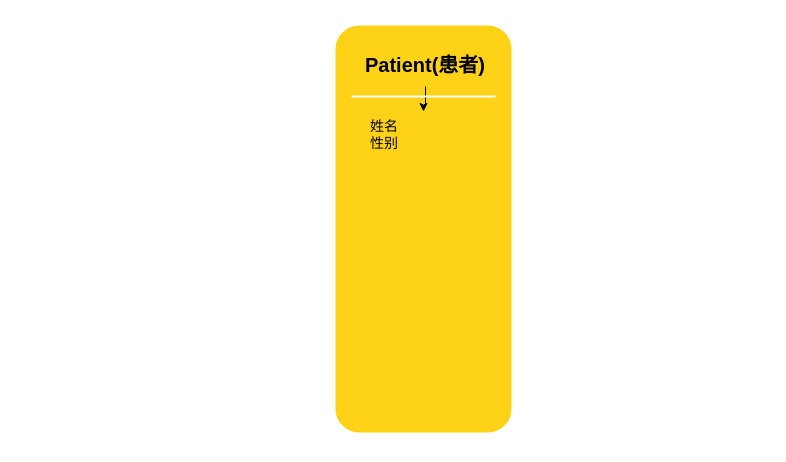
The draw.io diagram 新都医共体核心数据集.drawio in gingili/diagram, before the edit. Source tidied: cells renumbered, new cells numbered last; positions are measured from the earlier drawing's top-left corner, leaving out a move shared by most shapes. Both pictures are drawn from the tidied source at 100%, with x=0, y=0 at pixel (331, 21).
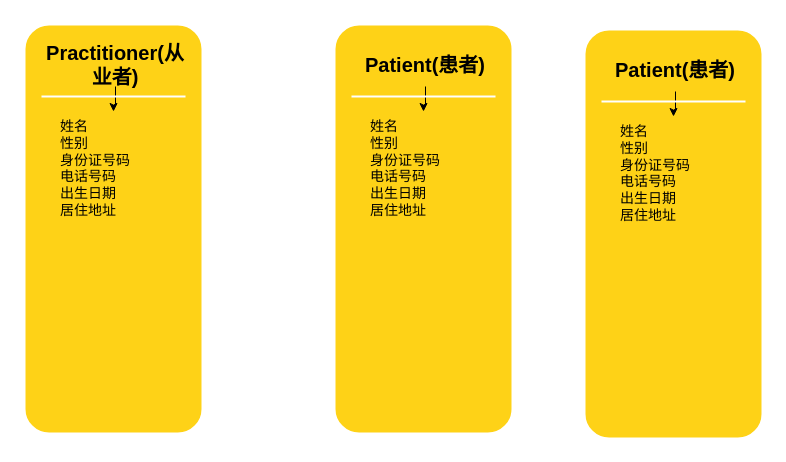
Above is the later version.

Commit message:
Update 新都医共体核心数据集.drawio

The edit, as a diff of the source:
```diff
@@
 <mxGraphModel>
   <root>
     <mxCell id="0" />
     <mxCell id="1" parent="0" />
     <mxCell id="2" style="whiteSpace=wrap;html=1;rounded=1;shadow=0;strokeWidth=8;fontSize=20;align=center;fillColor=#FED217;strokeColor=#FFFFFF;" parent="1" vertex="1">
       <mxGeometry width="184" height="415" as="geometry" />
     </mxCell>
     <mxCell id="3" style="edgeStyle=orthogonalEdgeStyle;rounded=0;jettySize=auto;html=1;" parent="1" edge="1" source="4" target="5">
       <mxGeometry relative="1" as="geometry" />
     </mxCell>
     <mxCell id="4" value="Patient(患者)" style="text;html=1;strokeColor=none;fillColor=none;align=center;verticalAlign=middle;whiteSpace=wrap;rounded=0;shadow=0;fontSize=20;fontColor=#000000;fontStyle=1;" parent="1" vertex="1">
       <mxGeometry x="24" y="20" width="140" height="45" as="geometry" />
     </mxCell>
-    <mxCell id="5" value="姓名&lt;br&gt;性别" style="text;html=1;strokeColor=none;fillColor=none;align=left;verticalAlign=top;whiteSpace=wrap;rounded=0;shadow=0;fontSize=14;fontColor=#000000;" parent="1" vertex="1">
+    <mxCell id="5" value="姓名&lt;br&gt;性别&lt;br&gt;身份证号码&lt;br&gt;电话号码&lt;br&gt;出生日期&lt;br&gt;居住地址" style="text;html=1;strokeColor=none;fillColor=none;align=left;verticalAlign=top;whiteSpace=wrap;rounded=0;shadow=0;fontSize=14;fontColor=#000000;" parent="1" vertex="1">
       <mxGeometry x="37" y="90" width="110" height="300" as="geometry" />
     </mxCell>
     <mxCell id="6" style="line;strokeWidth=2;html=1;rounded=0;shadow=0;fontSize=27;align=center;fillColor=none;strokeColor=#FFFFFF;" parent="1" vertex="1">
       <mxGeometry x="20" y="70" width="144" height="10" as="geometry" />
     </mxCell>
+    <mxCell id="7" style="whiteSpace=wrap;html=1;rounded=1;shadow=0;strokeWidth=8;fontSize=20;align=center;fillColor=#FED217;strokeColor=#FFFFFF;" parent="1" vertex="1">
+      <mxGeometry x="-310" width="184" height="415" as="geometry" />
+    </mxCell>
+    <mxCell id="8" style="edgeStyle=orthogonalEdgeStyle;rounded=0;jettySize=auto;html=1;" parent="1" edge="1" source="9" target="10">
+      <mxGeometry relative="1" as="geometry" />
+    </mxCell>
+    <mxCell id="9" value="Practitioner(从业者)" style="text;html=1;strokeColor=none;fillColor=none;align=center;verticalAlign=middle;whiteSpace=wrap;rounded=0;shadow=0;fontSize=20;fontColor=#000000;fontStyle=1;" parent="1" vertex="1">
+      <mxGeometry x="-286" y="20" width="140" height="45" as="geometry" />
+    </mxCell>
+    <mxCell id="10" value="姓名&lt;br&gt;性别&lt;br&gt;身份证号码&lt;br&gt;电话号码&lt;br&gt;出生日期&lt;br&gt;居住地址" style="text;html=1;strokeColor=none;fillColor=none;align=left;verticalAlign=top;whiteSpace=wrap;rounded=0;shadow=0;fontSize=14;fontColor=#000000;" parent="1" vertex="1">
+      <mxGeometry x="-273" y="90" width="110" height="300" as="geometry" />
+    </mxCell>
+    <mxCell id="11" style="line;strokeWidth=2;html=1;rounded=0;shadow=0;fontSize=27;align=center;fillColor=none;strokeColor=#FFFFFF;" parent="1" vertex="1">
+      <mxGeometry x="-290" y="70" width="144" height="10" as="geometry" />
+    </mxCell>
+    <mxCell id="12" style="whiteSpace=wrap;html=1;rounded=1;shadow=0;strokeWidth=8;fontSize=20;align=center;fillColor=#FED217;strokeColor=#FFFFFF;" parent="1" vertex="1">
+      <mxGeometry x="250" y="5" width="184" height="415" as="geometry" />
+    </mxCell>
+    <mxCell id="13" style="edgeStyle=orthogonalEdgeStyle;rounded=0;jettySize=auto;html=1;" parent="1" edge="1" source="14" target="15">
+      <mxGeometry relative="1" as="geometry" />
+    </mxCell>
+    <mxCell id="14" value="Patient(患者)" style="text;html=1;strokeColor=none;fillColor=none;align=center;verticalAlign=middle;whiteSpace=wrap;rounded=0;shadow=0;fontSize=20;fontColor=#000000;fontStyle=1;" parent="1" vertex="1">
+      <mxGeometry x="274" y="25" width="140" height="45" as="geometry" />
+    </mxCell>
+    <mxCell id="15" value="姓名&lt;br&gt;性别&lt;br&gt;身份证号码&lt;br&gt;电话号码&lt;br&gt;出生日期&lt;br&gt;居住地址" style="text;html=1;strokeColor=none;fillColor=none;align=left;verticalAlign=top;whiteSpace=wrap;rounded=0;shadow=0;fontSize=14;fontColor=#000000;" parent="1" vertex="1">
+      <mxGeometry x="287" y="95" width="110" height="300" as="geometry" />
+    </mxCell>
+    <mxCell id="16" style="line;strokeWidth=2;html=1;rounded=0;shadow=0;fontSize=27;align=center;fillColor=none;strokeColor=#FFFFFF;" parent="1" vertex="1">
+      <mxGeometry x="270" y="75" width="144" height="10" as="geometry" />
+    </mxCell>
   </root>
 </mxGraphModel>
```
